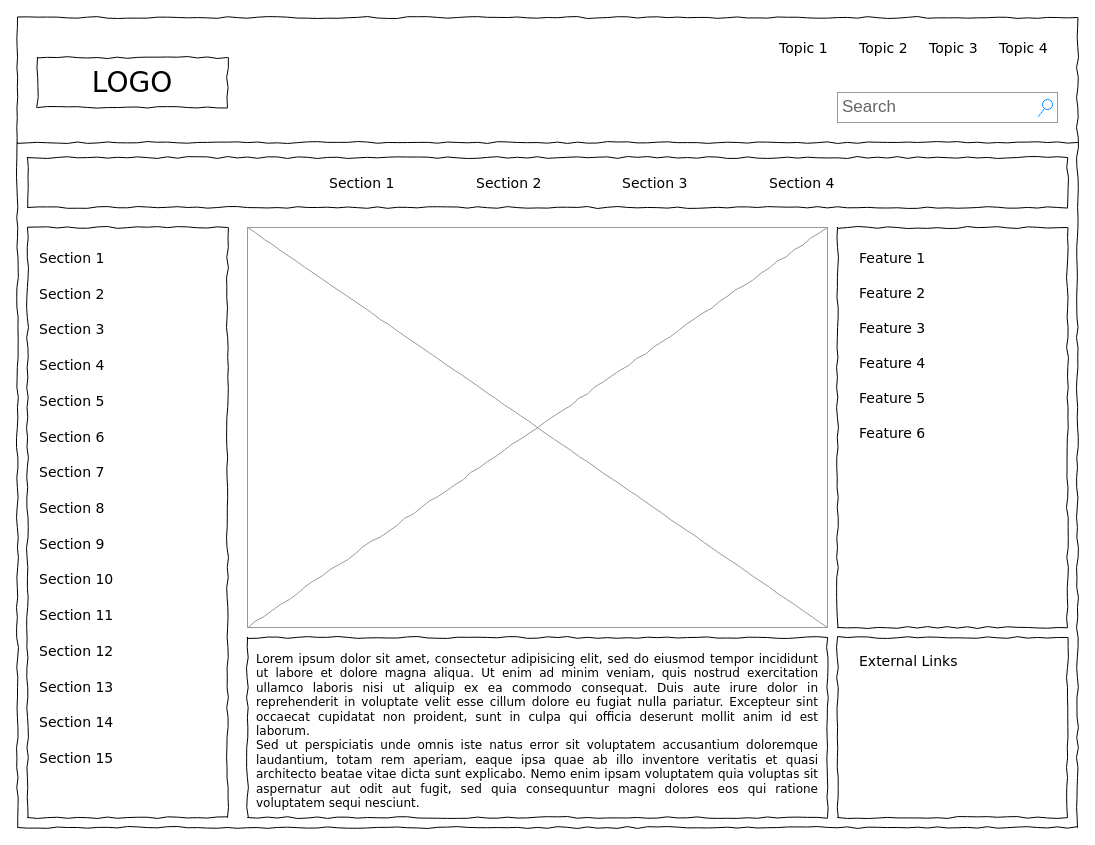
Before: Select an Provider.drawio in Janani-Manoharan/CovidDots, a draw.io diagram. Source tidied: cells renumbered, new cells numbered last; positions are measured from the earlier drawing's top-left corner, leaving out a move shared by most shapes. Both pictures are drawn from the tidied source at 100%, with x=0, y=0 at pixel (17, 17).
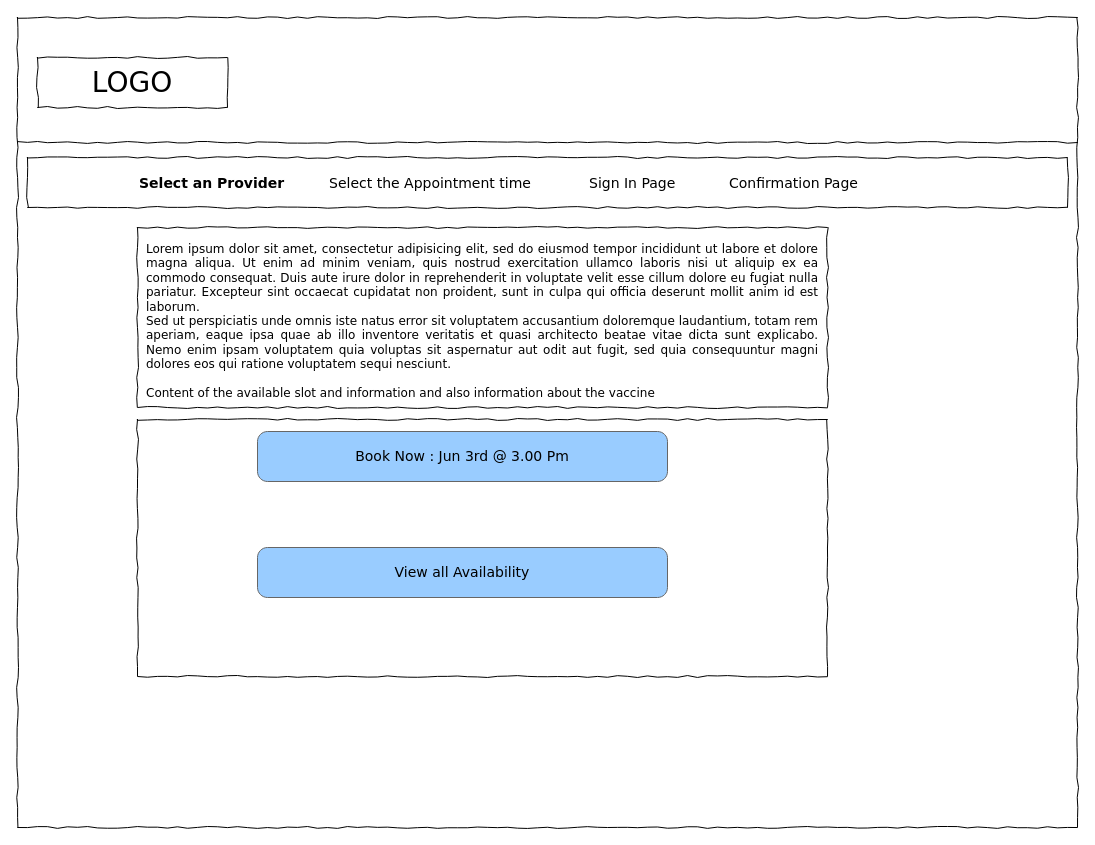
After the change.

Change to the diagram source:
```diff
@@
-    <mxCell id="4" value="Search" style="strokeWidth=1;shadow=0;dashed=0;align=center;html=1;shape=mxgraph.mockup.forms.searchBox;strokeColor=#999999;mainText=;strokeColor2=#008cff;fontColor=#666666;fontSize=17;align=left;spacingLeft=3;rounded=0;labelBackgroundColor=none;comic=1;" parent="1" vertex="1">
-      <mxGeometry x="820" y="75" width="220" height="30" as="geometry" />
-    </mxCell>
-    <mxCell id="5" value="Topic 1" style="text;html=1;align=left;verticalAlign=top;spacingTop=-4;fontSize=14;fontFamily=Verdana;" parent="1" vertex="1">
-      <mxGeometry x="760" y="20" width="60" height="20" as="geometry" />
-    </mxCell>
-    <mxCell id="6" value="Topic 2" style="text;html=1;align=left;verticalAlign=top;spacingTop=-4;fontSize=14;fontFamily=Verdana;" parent="1" vertex="1">
-      <mxGeometry x="840" y="20" width="60" height="20" as="geometry" />
-    </mxCell>
-    <mxCell id="7" value="Topic 3" style="text;html=1;align=left;verticalAlign=top;spacingTop=-4;fontSize=14;fontFamily=Verdana;" parent="1" vertex="1">
-      <mxGeometry x="910" y="20" width="60" height="20" as="geometry" />
-    </mxCell>
-    <mxCell id="8" value="Topic 4" style="text;html=1;align=left;verticalAlign=top;spacingTop=-4;fontSize=14;fontFamily=Verdana;" parent="1" vertex="1">
-      <mxGeometry x="980" y="20" width="60" height="20" as="geometry" />
-    </mxCell>
     <mxCell id="9" style="whiteSpace=wrap;html=1;rounded=0;shadow=0;labelBackgroundColor=none;strokeWidth=1;fillColor=none;fontFamily=Verdana;fontSize=12;align=center;comic=1;" parent="1" vertex="1">
-      <mxGeometry x="10" y="210" width="200" height="590" as="geometry" />
+      <mxGeometry x="120" y="402" width="690" height="257" as="geometry" />
     </mxCell>
@@
-    <mxCell id="12" value="Section 1" style="text;html=1;align=left;verticalAlign=top;spacingTop=-4;fontSize=14;fontFamily=Verdana;" parent="1" vertex="1">
-      <mxGeometry x="310" y="155" width="60" height="20" as="geometry" />
+    <mxCell id="12" value="&lt;b&gt;Select an Provider&amp;nbsp;&lt;/b&gt;" style="text;html=1;align=left;verticalAlign=top;spacingTop=-4;fontSize=14;fontFamily=Verdana;" parent="1" vertex="1">
+      <mxGeometry x="120" y="155" width="60" height="20" as="geometry" />
     </mxCell>
-    <mxCell id="13" value="Section 2" style="text;html=1;align=left;verticalAlign=top;spacingTop=-4;fontSize=14;fontFamily=Verdana;" parent="1" vertex="1">
-      <mxGeometry x="457" y="155" width="60" height="20" as="geometry" />
-    </mxCell>
-    <mxCell id="14" value="Section 3" style="text;html=1;align=left;verticalAlign=top;spacingTop=-4;fontSize=14;fontFamily=Verdana;" parent="1" vertex="1">
-      <mxGeometry x="603" y="155" width="60" height="20" as="geometry" />
-    </mxCell>
-    <mxCell id="15" value="Section 4" style="text;html=1;align=left;verticalAlign=top;spacingTop=-4;fontSize=14;fontFamily=Verdana;" parent="1" vertex="1">
-      <mxGeometry x="750" y="155" width="60" height="20" as="geometry" />
-    </mxCell>
-    <mxCell id="16" value="&lt;div style=&quot;text-align: justify&quot;&gt;&lt;span&gt;Lorem ipsum dolor sit amet, consectetur adipisicing elit, sed do eiusmod tempor incididunt ut labore et dolore magna aliqua. Ut enim ad minim veniam, quis nostrud exercitation ullamco laboris nisi ut aliquip ex ea commodo consequat. Duis aute irure dolor in reprehenderit in voluptate velit esse cillum dolore eu fugiat nulla pariatur. Excepteur sint occaecat cupidatat non proident, sunt in culpa qui officia deserunt mollit anim id est laborum.&lt;/span&gt;&lt;/div&gt;&lt;div style=&quot;text-align: justify&quot;&gt;&lt;span&gt;Sed ut perspiciatis unde omnis iste natus error sit voluptatem accusantium doloremque laudantium, totam rem aperiam, eaque ipsa quae ab illo inventore veritatis et quasi architecto beatae vitae dicta sunt explicabo. Nemo enim ipsam voluptatem quia voluptas sit aspernatur aut odit aut fugit, sed quia consequuntur magni dolores eos qui ratione voluptatem sequi nesciunt.&amp;nbsp;&lt;/span&gt;&lt;/div&gt;" style="whiteSpace=wrap;html=1;rounded=0;shadow=0;labelBackgroundColor=none;strokeWidth=1;fillColor=none;fontFamily=Verdana;fontSize=12;align=center;verticalAlign=top;spacing=10;comic=1;" parent="1" vertex="1">
-      <mxGeometry x="230" y="620" width="580" height="180" as="geometry" />
+    <mxCell id="16" value="&lt;div style=&quot;text-align: justify&quot;&gt;&lt;span&gt;Lorem ipsum dolor sit amet, consectetur adipisicing elit, sed do eiusmod tempor incididunt ut labore et dolore magna aliqua. Ut enim ad minim veniam, quis nostrud exercitation ullamco laboris nisi ut aliquip ex ea commodo consequat. Duis aute irure dolor in reprehenderit in voluptate velit esse cillum dolore eu fugiat nulla pariatur. Excepteur sint occaecat cupidatat non proident, sunt in culpa qui officia deserunt mollit anim id est laborum.&lt;/span&gt;&lt;/div&gt;&lt;div style=&quot;text-align: justify&quot;&gt;&lt;span&gt;Sed ut perspiciatis unde omnis iste natus error sit voluptatem accusantium doloremque laudantium, totam rem aperiam, eaque ipsa quae ab illo inventore veritatis et quasi architecto beatae vitae dicta sunt explicabo. Nemo enim ipsam voluptatem quia voluptas sit aspernatur aut odit aut fugit, sed quia consequuntur magni dolores eos qui ratione voluptatem sequi nesciunt.&amp;nbsp;&lt;/span&gt;&lt;/div&gt;&lt;div style=&quot;text-align: justify&quot;&gt;&lt;span&gt;&lt;br&gt;&lt;/span&gt;&lt;/div&gt;&lt;div style=&quot;text-align: justify&quot;&gt;&lt;span&gt;Content of the available slot and information and also information about the vaccine&lt;/span&gt;&lt;/div&gt;" style="whiteSpace=wrap;html=1;rounded=0;shadow=0;labelBackgroundColor=none;strokeWidth=1;fillColor=none;fontFamily=Verdana;fontSize=12;align=center;verticalAlign=top;spacing=10;comic=1;" parent="1" vertex="1">
+      <mxGeometry x="120" y="210" width="690" height="180" as="geometry" />
     </mxCell>
-    <mxCell id="17" style="verticalLabelPosition=bottom;shadow=0;dashed=0;align=center;html=1;verticalAlign=top;strokeWidth=1;shape=mxgraph.mockup.graphics.simpleIcon;strokeColor=#999999;rounded=0;labelBackgroundColor=none;fontFamily=Verdana;fontSize=14;fontColor=#000000;comic=1;" parent="1" vertex="1">
-      <mxGeometry x="230" y="210" width="580" height="400" as="geometry" />
-    </mxCell>
-    <mxCell id="18" style="whiteSpace=wrap;html=1;rounded=0;shadow=0;labelBackgroundColor=none;strokeWidth=1;fillColor=none;fontFamily=Verdana;fontSize=12;align=center;comic=1;" parent="1" vertex="1">
-      <mxGeometry x="820" y="210" width="230" height="400" as="geometry" />
-    </mxCell>
-    <mxCell id="19" style="whiteSpace=wrap;html=1;rounded=0;shadow=0;labelBackgroundColor=none;strokeWidth=1;fillColor=none;fontFamily=Verdana;fontSize=12;align=center;comic=1;" parent="1" vertex="1">
-      <mxGeometry x="820" y="620" width="230" height="180" as="geometry" />
-    </mxCell>
-    <mxCell id="20" value="Section 1" style="text;html=1;align=left;verticalAlign=top;spacingTop=-4;fontSize=14;fontFamily=Verdana;" parent="1" vertex="1">
-      <mxGeometry x="20" y="230" width="170" height="20" as="geometry" />
-    </mxCell>
-    <mxCell id="21" value="Section 2" style="text;html=1;align=left;verticalAlign=top;spacingTop=-4;fontSize=14;fontFamily=Verdana;" parent="1" vertex="1">
-      <mxGeometry x="20" y="266" width="170" height="20" as="geometry" />
-    </mxCell>
-    <mxCell id="22" value="Section 3" style="text;html=1;align=left;verticalAlign=top;spacingTop=-4;fontSize=14;fontFamily=Verdana;" parent="1" vertex="1">
-      <mxGeometry x="20" y="301" width="170" height="20" as="geometry" />
-    </mxCell>
-    <mxCell id="23" value="Section 4" style="text;html=1;align=left;verticalAlign=top;spacingTop=-4;fontSize=14;fontFamily=Verdana;" parent="1" vertex="1">
-      <mxGeometry x="20" y="337" width="170" height="20" as="geometry" />
-    </mxCell>
-    <mxCell id="24" value="Section 7" style="text;html=1;align=left;verticalAlign=top;spacingTop=-4;fontSize=14;fontFamily=Verdana;" parent="1" vertex="1">
-      <mxGeometry x="20" y="444" width="170" height="20" as="geometry" />
-    </mxCell>
-    <mxCell id="25" value="Section 8" style="text;html=1;align=left;verticalAlign=top;spacingTop=-4;fontSize=14;fontFamily=Verdana;" parent="1" vertex="1">
-      <mxGeometry x="20" y="480" width="170" height="20" as="geometry" />
-    </mxCell>
-    <mxCell id="26" value="Section 9" style="text;html=1;align=left;verticalAlign=top;spacingTop=-4;fontSize=14;fontFamily=Verdana;" parent="1" vertex="1">
-      <mxGeometry x="20" y="516" width="170" height="20" as="geometry" />
-    </mxCell>
-    <mxCell id="27" value="Section 10" style="text;html=1;align=left;verticalAlign=top;spacingTop=-4;fontSize=14;fontFamily=Verdana;" parent="1" vertex="1">
-      <mxGeometry x="20" y="551" width="170" height="20" as="geometry" />
-    </mxCell>
-    <mxCell id="28" value="Section 11" style="text;html=1;align=left;verticalAlign=top;spacingTop=-4;fontSize=14;fontFamily=Verdana;" parent="1" vertex="1">
-      <mxGeometry x="20" y="587" width="170" height="20" as="geometry" />
-    </mxCell>
-    <mxCell id="29" value="Section 12" style="text;html=1;align=left;verticalAlign=top;spacingTop=-4;fontSize=14;fontFamily=Verdana;" parent="1" vertex="1">
-      <mxGeometry x="20" y="623" width="170" height="20" as="geometry" />
-    </mxCell>
-    <mxCell id="30" value="Section 13" style="text;html=1;align=left;verticalAlign=top;spacingTop=-4;fontSize=14;fontFamily=Verdana;" parent="1" vertex="1">
-      <mxGeometry x="20" y="659" width="170" height="20" as="geometry" />
-    </mxCell>
-    <mxCell id="31" value="Section 14" style="text;html=1;align=left;verticalAlign=top;spacingTop=-4;fontSize=14;fontFamily=Verdana;" parent="1" vertex="1">
-      <mxGeometry x="20" y="694" width="170" height="20" as="geometry" />
-    </mxCell>
-    <mxCell id="32" value="Section 5" style="text;html=1;align=left;verticalAlign=top;spacingTop=-4;fontSize=14;fontFamily=Verdana;" parent="1" vertex="1">
-      <mxGeometry x="20" y="373" width="170" height="20" as="geometry" />
-    </mxCell>
-    <mxCell id="33" value="Section 6" style="text;html=1;align=left;verticalAlign=top;spacingTop=-4;fontSize=14;fontFamily=Verdana;" parent="1" vertex="1">
-      <mxGeometry x="20" y="409" width="170" height="20" as="geometry" />
-    </mxCell>
-    <mxCell id="34" value="Section 15" style="text;html=1;align=left;verticalAlign=top;spacingTop=-4;fontSize=14;fontFamily=Verdana;" parent="1" vertex="1">
-      <mxGeometry x="20" y="730" width="170" height="20" as="geometry" />
-    </mxCell>
-    <mxCell id="35" value="External Links" style="text;html=1;align=left;verticalAlign=top;spacingTop=-4;fontSize=14;fontFamily=Verdana;" parent="1" vertex="1">
-      <mxGeometry x="840" y="633" width="170" height="20" as="geometry" />
-    </mxCell>
-    <mxCell id="36" value="Feature 1" style="text;html=1;align=left;verticalAlign=top;spacingTop=-4;fontSize=14;fontFamily=Verdana;" parent="1" vertex="1">
-      <mxGeometry x="840" y="230" width="170" height="20" as="geometry" />
-    </mxCell>
-    <mxCell id="37" value="Feature 2" style="text;html=1;align=left;verticalAlign=top;spacingTop=-4;fontSize=14;fontFamily=Verdana;" parent="1" vertex="1">
-      <mxGeometry x="840" y="265" width="170" height="20" as="geometry" />
-    </mxCell>
-    <mxCell id="38" value="Feature 3" style="text;html=1;align=left;verticalAlign=top;spacingTop=-4;fontSize=14;fontFamily=Verdana;" parent="1" vertex="1">
-      <mxGeometry x="840" y="300" width="170" height="20" as="geometry" />
-    </mxCell>
-    <mxCell id="39" value="Feature 4" style="text;html=1;align=left;verticalAlign=top;spacingTop=-4;fontSize=14;fontFamily=Verdana;" parent="1" vertex="1">
-      <mxGeometry x="840" y="335" width="170" height="20" as="geometry" />
-    </mxCell>
-    <mxCell id="40" value="Feature 5" style="text;html=1;align=left;verticalAlign=top;spacingTop=-4;fontSize=14;fontFamily=Verdana;" parent="1" vertex="1">
-      <mxGeometry x="840" y="370" width="170" height="20" as="geometry" />
-    </mxCell>
-    <mxCell id="41" value="Feature 6" style="text;html=1;align=left;verticalAlign=top;spacingTop=-4;fontSize=14;fontFamily=Verdana;" parent="1" vertex="1">
-      <mxGeometry x="840" y="405" width="170" height="20" as="geometry" />
-    </mxCell>
+    <mxCell id="42" value="Select the Appointment time" style="text;html=1;align=left;verticalAlign=top;spacingTop=-4;fontSize=14;fontFamily=Verdana;" parent="1" vertex="1">
+      <mxGeometry x="310" y="155" width="60" height="20" as="geometry" />
+    </mxCell>
+    <mxCell id="43" value="Sign In Page" style="text;html=1;align=left;verticalAlign=top;spacingTop=-4;fontSize=14;fontFamily=Verdana;" parent="1" vertex="1">
+      <mxGeometry x="570" y="155" width="60" height="20" as="geometry" />
+    </mxCell>
+    <mxCell id="44" value="Confirmation Page" style="text;html=1;align=left;verticalAlign=top;spacingTop=-4;fontSize=14;fontFamily=Verdana;" parent="1" vertex="1">
+      <mxGeometry x="710" y="155" width="60" height="20" as="geometry" />
+    </mxCell>
+    <mxCell id="45" value="&lt;span style=&quot;color: rgb(0 , 0 , 0) ; font-family: &amp;#34;verdana&amp;#34; ; font-size: 14px ; font-weight: 400 ; text-align: left&quot;&gt;Book Now : Jun 3rd @ 3.00 Pm&lt;/span&gt;" style="strokeWidth=1;shadow=0;dashed=0;align=center;html=1;shape=mxgraph.mockup.buttons.button;strokeColor=#666666;fontColor=#ffffff;mainText=;buttonStyle=round;fontSize=17;fontStyle=1;whiteSpace=wrap;fillColor=#99CCFF;" parent="1" vertex="1">
+      <mxGeometry x="240" y="414" width="410" height="50" as="geometry" />
+    </mxCell>
+    <mxCell id="46" value="&lt;span style=&quot;color: rgb(0 , 0 , 0) ; font-family: &amp;#34;verdana&amp;#34; ; font-size: 14px ; font-weight: 400 ; text-align: left&quot;&gt;View all Availability&lt;/span&gt;" style="strokeWidth=1;shadow=0;dashed=0;align=center;html=1;shape=mxgraph.mockup.buttons.button;strokeColor=#666666;fontColor=#ffffff;mainText=;buttonStyle=round;fontSize=17;fontStyle=1;whiteSpace=wrap;fillColor=#99CCFF;" parent="1" vertex="1">
+      <mxGeometry x="240" y="530" width="410" height="50" as="geometry" />
+    </mxCell>
```
